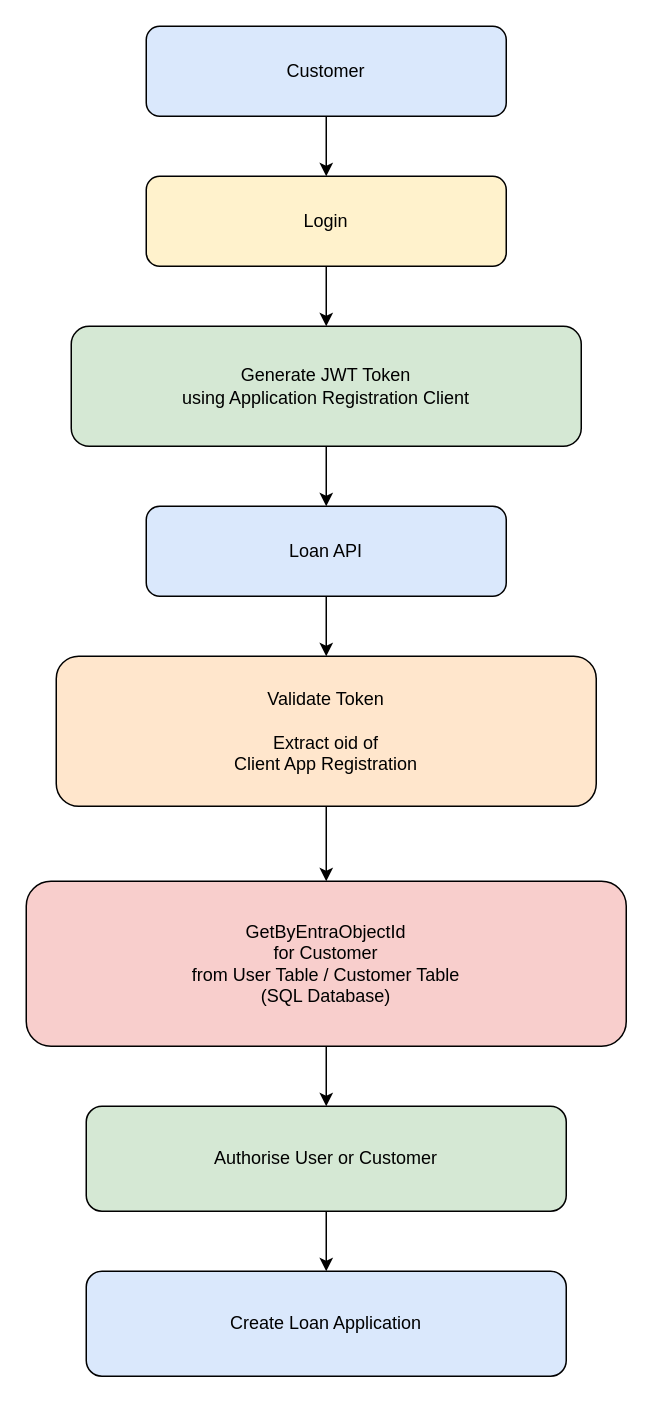
The draw.io diagram Documents/Authentication/Authenticate.drawio in kirtish19/BankingApp, before the edit. Source tidied: cells renumbered, new cells numbered last; positions are measured from the earlier drawing's top-left corner, leaving out a move shared by most shapes. Both pictures are drawn from the tidied source at 150%, with x=0, y=0 at pixel (26, 26).
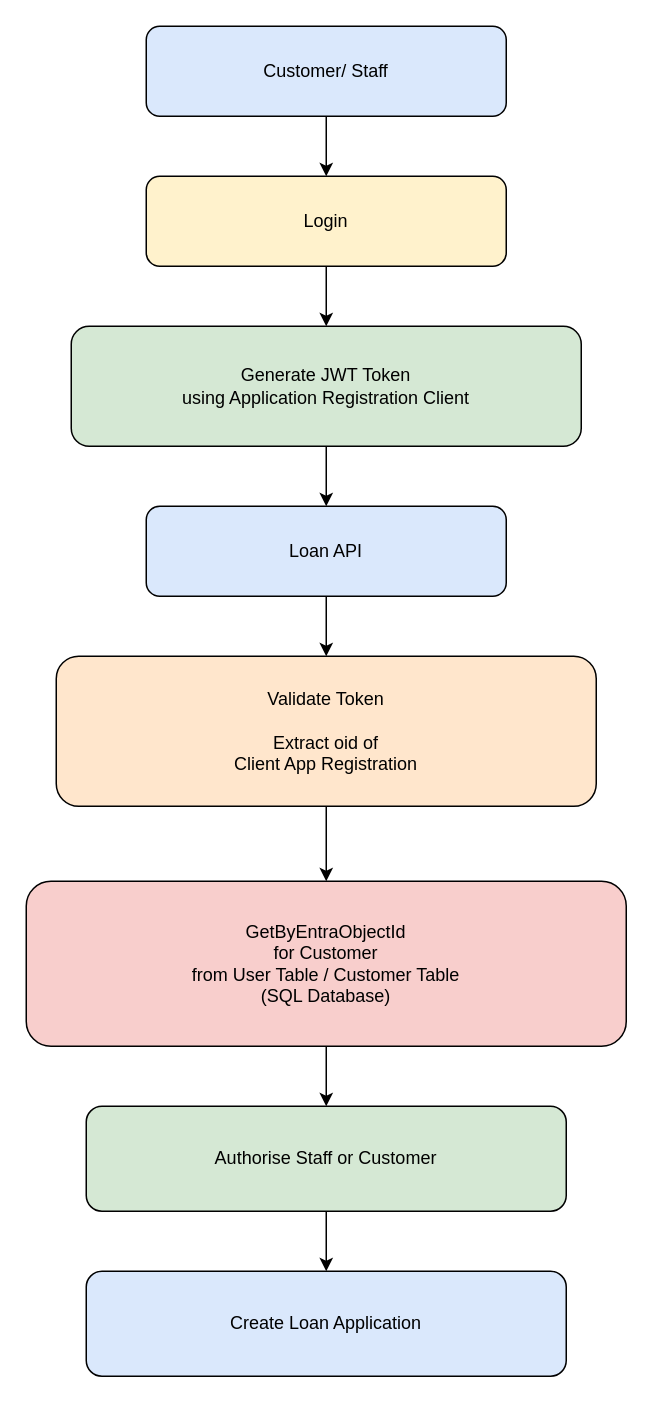
After the change.

Commit message (it also covers changes not shown here):
Authentication flow updated

What changed in the source:
```diff
@@
 <mxGraphModel>
   <root>
     <mxCell id="0" />
     <mxCell id="1" parent="0" />
-    <mxCell id="2" value="Customer" style="rounded=1;whiteSpace=wrap;html=1;fillColor=#dae8fc;" parent="1" vertex="1">
+    <mxCell id="2" value="Customer/ Staff" style="rounded=1;whiteSpace=wrap;html=1;fillColor=#dae8fc;" parent="1" vertex="1">
       <mxGeometry x="80" width="240" height="60" as="geometry" />
     </mxCell>
     <mxCell id="3" value="Login" style="rounded=1;whiteSpace=wrap;html=1;fillColor=#fff2cc;" parent="1" vertex="1">
       <mxGeometry x="80" y="100" width="240" height="60" as="geometry" />
     </mxCell>
     <mxCell id="4" value="Generate JWT Token&#10;using Application Registration Client" style="rounded=1;whiteSpace=wrap;html=1;fillColor=#d5e8d4;" parent="1" vertex="1">
       <mxGeometry x="30" y="200" width="340" height="80" as="geometry" />
     </mxCell>
     <mxCell id="5" value="Loan API" style="rounded=1;whiteSpace=wrap;html=1;fillColor=#dae8fc;" parent="1" vertex="1">
       <mxGeometry x="80" y="320" width="240" height="60" as="geometry" />
     </mxCell>
     <mxCell id="6" value="Validate Token&#10;&#10;Extract oid of&#10;Client App Registration" style="rounded=1;whiteSpace=wrap;html=1;fillColor=#ffe6cc;" parent="1" vertex="1">
       <mxGeometry x="20" y="420" width="360" height="100" as="geometry" />
     </mxCell>
     <mxCell id="7" value="GetByEntraObjectId&#10;for Customer&#10;from User Table / Customer Table&#10;(SQL Database)" style="rounded=1;whiteSpace=wrap;html=1;fillColor=#f8cecc;" parent="1" vertex="1">
       <mxGeometry y="570" width="400" height="110" as="geometry" />
     </mxCell>
-    <mxCell id="8" value="Authorise User or Customer" style="rounded=1;whiteSpace=wrap;html=1;fillColor=#d5e8d4;" parent="1" vertex="1">
+    <mxCell id="8" value="Authorise Staff or Customer" style="rounded=1;whiteSpace=wrap;html=1;fillColor=#d5e8d4;" parent="1" vertex="1">
       <mxGeometry x="40" y="720" width="320" height="70" as="geometry" />
     </mxCell>
     <mxCell id="9" value="Create Loan Application" style="rounded=1;whiteSpace=wrap;html=1;fillColor=#dae8fc;" parent="1" vertex="1">
       <mxGeometry x="40" y="830" width="320" height="70" as="geometry" />
     </mxCell>
     <mxCell id="10" parent="1" edge="1" source="2" target="3">
       <mxGeometry relative="1" as="geometry" />
     </mxCell>
     <mxCell id="11" parent="1" edge="1" source="3" target="4">
       <mxGeometry relative="1" as="geometry" />
     </mxCell>
     <mxCell id="12" parent="1" edge="1" source="4" target="5">
       <mxGeometry relative="1" as="geometry" />
     </mxCell>
     <mxCell id="13" parent="1" edge="1" source="5" target="6">
       <mxGeometry relative="1" as="geometry" />
     </mxCell>
     <mxCell id="14" parent="1" edge="1" source="6" target="7">
       <mxGeometry relative="1" as="geometry" />
     </mxCell>
     <mxCell id="15" parent="1" edge="1" source="7" target="8">
       <mxGeometry relative="1" as="geometry" />
     </mxCell>
     <mxCell id="16" parent="1" edge="1" source="8" target="9">
       <mxGeometry relative="1" as="geometry" />
     </mxCell>
   </root>
 </mxGraphModel>
```
